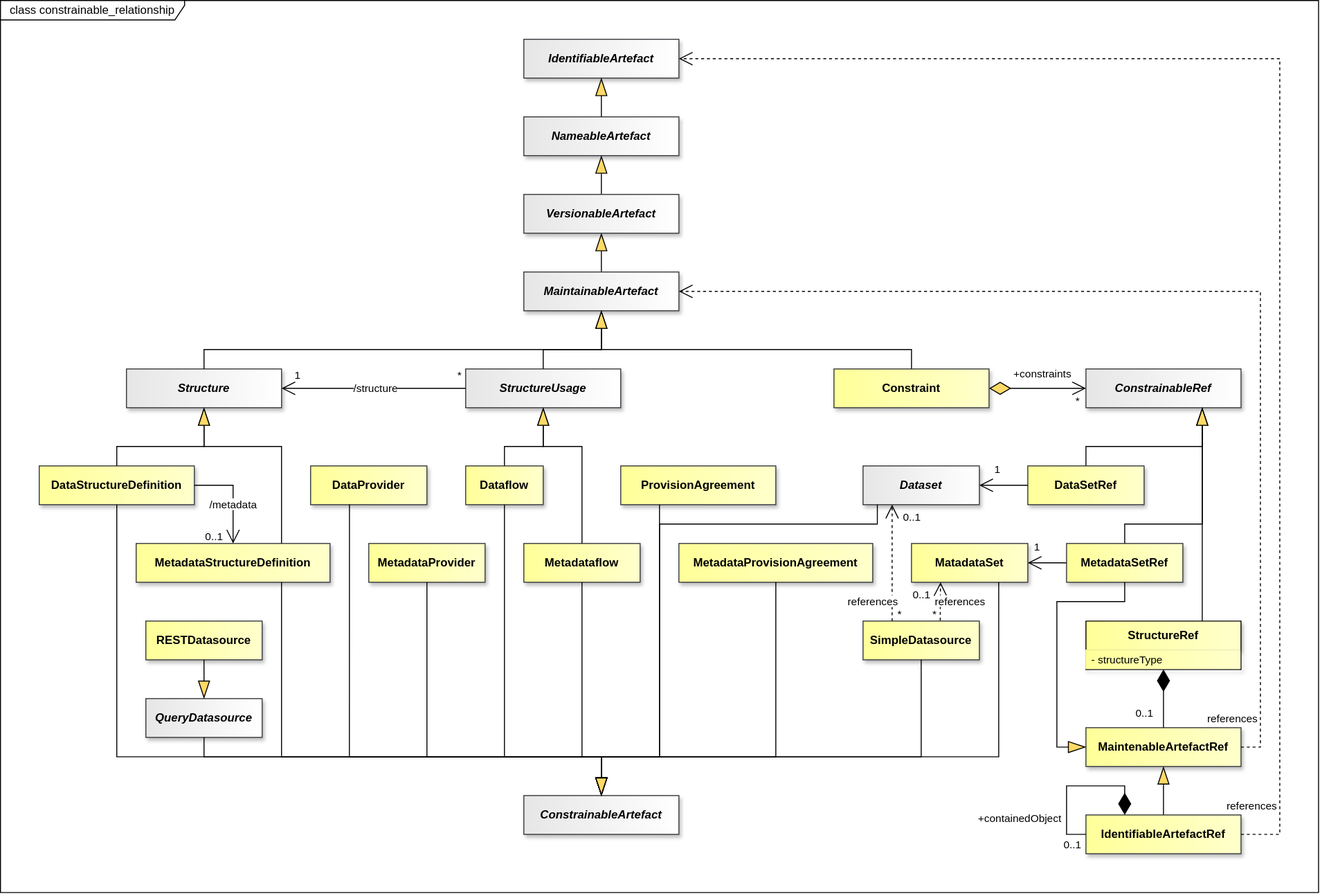
Earlier version of the draw.io export docs/logical_interfaces/media/sdmx_registry-constrainable_relationship.svg (sdmx-twg/sdmx-im). Source tidied: cells renumbered, new cells last; positions are measured from the earlier drawing's top-left corner, leaving out a move shared by most shapes.
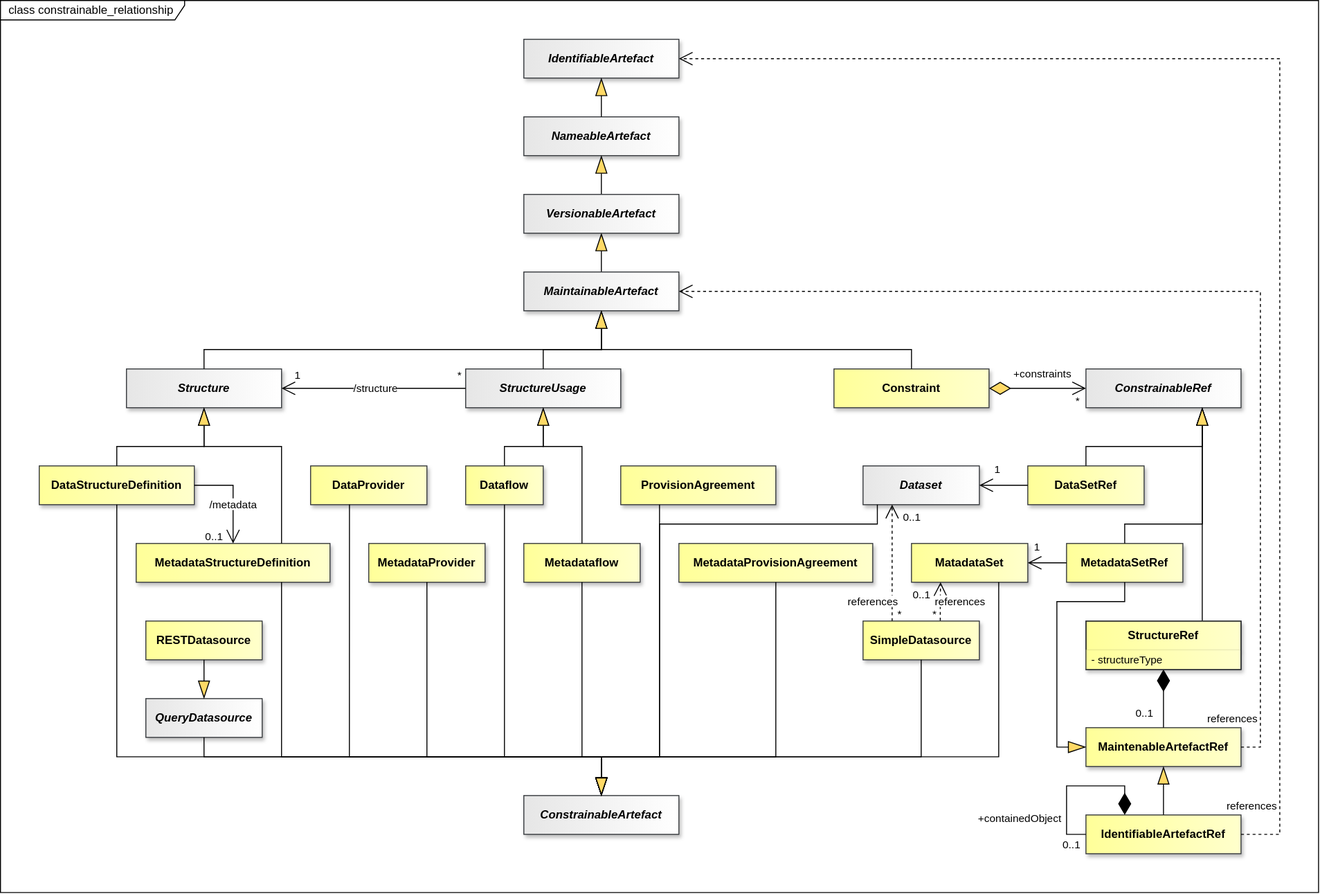
Above is the later version.

What changed in the source:
```diff
@@ -2,7 +2,7 @@
   <root>
     <mxCell id="0" />
     <mxCell id="1" parent="0" />
-    <mxCell id="2" value="class constrainable_relationship" style="shape=umlFrame;whiteSpace=wrap;html=1;fillColor=light-dark(#FFFFFF,#121212);swimlaneFillColor=light-dark(#FFFFFF,#121212);width=190;height=20;" parent="1" vertex="1">
+    <mxCell id="2" value="&amp;nbsp; class constrainable_relationship" style="shape=umlFrame;whiteSpace=wrap;html=1;fillColor=light-dark(#FFFFFF,#121212);swimlaneFillColor=light-dark(#FFFFFF,#121212);width=190;height=20;align=left;" parent="1" vertex="1">
       <mxGeometry width="1360" height="920" as="geometry" />
     </mxCell>
     <mxCell id="3" style="endArrow=none;" parent="1" edge="1">
@@ -417,7 +417,7 @@
     <mxCell id="106" value="StructureRef" style="swimlane;fontStyle=1;align=center;verticalAlign=middle;horizontal=1;startSize=30;whiteSpace=wrap;html=1;fillColor=light-dark(#FFFF99,#FFFF99);strokeColor=light-dark(#000000,#000000);gradientDirection=east;swimlaneLine=1;fontColor=light-dark(#000000,#000000);labelBackgroundColor=none;textShadow=0;gradientColor=light-dark(#FFFFCC,#FFFFCC);shadow=1;" parent="1" vertex="1">
       <mxGeometry x="1120" y="640" width="160" height="50" as="geometry" />
     </mxCell>
-    <mxCell id="107" value="- structureType" style="text;strokeColor=none;fillColor=light-dark(#FFFF99,#FFFF99);align=left;verticalAlign=middle;spacingLeft=4;spacingRight=4;overflow=hidden;whiteSpace=wrap;html=1;fontFamily=Helvetica;fontSize=11;fontColor=light-dark(#000000,#000000);gradientColor=light-dark(#FFFFCC,#FFFFCC);gradientDirection=east;" parent="106" vertex="1">
+    <mxCell id="107" value="- structureType" style="text;strokeColor=none;fillColor=light-dark(#FFFF99,#FFFF99);align=left;verticalAlign=middle;spacingLeft=4;spacingRight=4;overflow=hidden;whiteSpace=wrap;html=1;fontFamily=Helvetica;fontSize=11;fontColor=light-dark(#000000,#000000);gradientColor=light-dark(#FFFFCC,#FFFFCC);gradientDirection=east;shadow=1;" parent="106" vertex="1">
       <mxGeometry y="30" width="160" height="20" as="geometry" />
     </mxCell>
     <mxCell id="108" value="MaintenableArtefactRef" style="whiteSpace=wrap;html=1;verticalAlign=middle;gradientDirection=east;imageVerticalAlign=top;fontStyle=1;fillColor=light-dark(#FFFF99,#FFFF99);strokeColor=#36393d;fontColor=light-dark(#000000,#000000);gradientColor=light-dark(#FFFFCC,#FFFFCC);shadow=1;" parent="1" vertex="1">
@@ -562,5 +562,8 @@
         </Array>
       </mxGeometry>
     </mxCell>
+    <mxCell id="134" style="rounded=0;whiteSpace=wrap;html=1;fillColor=none;strokeColor=#36393D;" parent="1" vertex="1">
+      <mxGeometry x="1120" y="640" width="160" height="50" as="geometry" />
+    </mxCell>
   </root>
 </mxGraphModel>
```
